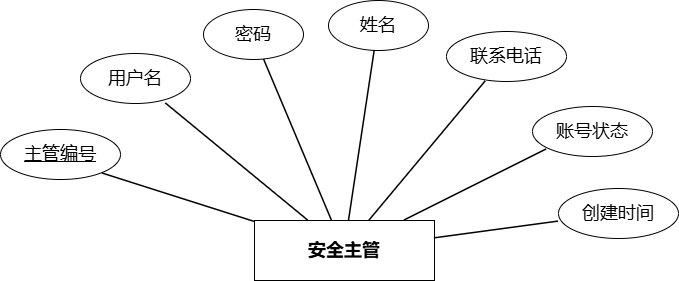
Above: docs/PaperImages/实体图/安全主管实体图.drawio.png in Dean-op/forest_fire (draw.io), before the change. Source tidied: cells renumbered, new cells last; positions are measured from the earlier drawing's top-left corner, leaving out a move shared by most shapes.
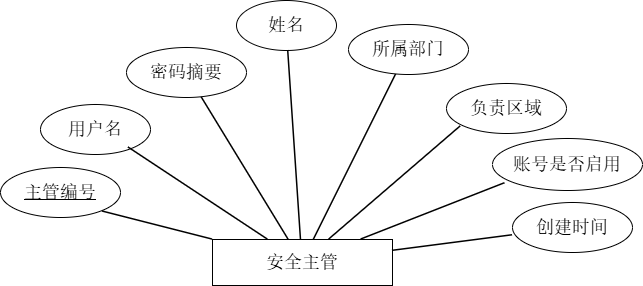
After the change.

The edit, as a diff of the source:
```diff
@@ -2,50 +2,56 @@
   <root>
     <mxCell id="0" />
     <mxCell id="1" parent="0" />
-    <mxCell id="2" value="安全主管" style="shape=rectangle;whiteSpace=wrap;html=1;strokeWidth=1;fontSize=18;fontStyle=1;labelBackgroundColor=none;" parent="1" vertex="1">
-      <mxGeometry x="254" y="220" width="180" height="60" as="geometry" />
+    <mxCell id="2" value="安全主管" style="shape=rectangle;whiteSpace=wrap;html=1;strokeWidth=1;fontSize=18;fontStyle=0;labelBackgroundColor=none;fontFamily=宋体;" parent="1" vertex="1">
+      <mxGeometry x="254" y="220" width="180" height="46" as="geometry" />
     </mxCell>
-    <mxCell id="3" value="&lt;u&gt;主管编号&lt;/u&gt;" style="shape=ellipse;whiteSpace=wrap;html=1;strokeWidth=1;fontSize=18;labelBackgroundColor=none;" parent="1" vertex="1">
-      <mxGeometry y="129" width="120" height="50" as="geometry" />
+    <mxCell id="3" value="&lt;u&gt;主管编号&lt;/u&gt;" style="shape=ellipse;whiteSpace=wrap;html=1;strokeWidth=1;fontSize=18;labelBackgroundColor=none;fontStyle=0;fontFamily=宋体;" parent="1" vertex="1">
+      <mxGeometry x="42" y="148" width="120" height="50" as="geometry" />
     </mxCell>
-    <mxCell id="4" value="用户名" style="shape=ellipse;whiteSpace=wrap;html=1;strokeWidth=1;fontSize=18;labelBackgroundColor=none;" parent="1" vertex="1">
-      <mxGeometry x="80" y="53" width="110" height="50" as="geometry" />
+    <mxCell id="4" value="用户名" style="shape=ellipse;whiteSpace=wrap;html=1;strokeWidth=1;fontSize=18;labelBackgroundColor=none;fontStyle=0;fontFamily=宋体;" parent="1" vertex="1">
+      <mxGeometry x="82" y="85" width="110" height="50" as="geometry" />
     </mxCell>
-    <mxCell id="5" value="密码" style="shape=ellipse;whiteSpace=wrap;html=1;strokeWidth=1;fontSize=18;labelBackgroundColor=none;" parent="1" vertex="1">
-      <mxGeometry x="203" y="9" width="100" height="50" as="geometry" />
+    <mxCell id="5" value="密码摘要" style="shape=ellipse;whiteSpace=wrap;html=1;strokeWidth=1;fontSize=18;labelBackgroundColor=none;fontStyle=0;fontFamily=宋体;" parent="1" vertex="1">
+      <mxGeometry x="168" y="28" width="120" height="50" as="geometry" />
     </mxCell>
-    <mxCell id="6" value="姓名" style="shape=ellipse;whiteSpace=wrap;html=1;strokeWidth=1;fontSize=18;labelBackgroundColor=none;" parent="1" vertex="1">
-      <mxGeometry x="328" width="100" height="50" as="geometry" />
+    <mxCell id="6" value="姓名" style="shape=ellipse;whiteSpace=wrap;html=1;strokeWidth=1;fontSize=18;labelBackgroundColor=none;fontStyle=0;fontFamily=宋体;" parent="1" vertex="1">
+      <mxGeometry x="278" y="-19" width="100" height="50" as="geometry" />
     </mxCell>
-    <mxCell id="7" value="联系电话" style="shape=ellipse;whiteSpace=wrap;html=1;strokeWidth=1;fontSize=18;labelBackgroundColor=none;" parent="1" vertex="1">
-      <mxGeometry x="446" y="31" width="120" height="50" as="geometry" />
+    <mxCell id="7" value="所属部门" style="shape=ellipse;whiteSpace=wrap;html=1;strokeWidth=1;fontSize=18;labelBackgroundColor=none;fontStyle=0;fontFamily=宋体;" parent="1" vertex="1">
+      <mxGeometry x="390" y="5" width="120" height="50" as="geometry" />
     </mxCell>
-    <mxCell id="8" value="账号状态" style="shape=ellipse;whiteSpace=wrap;html=1;strokeWidth=1;fontSize=18;labelBackgroundColor=none;" parent="1" vertex="1">
-      <mxGeometry x="532" y="106" width="120" height="50" as="geometry" />
+    <mxCell id="8" value="负责区域" style="shape=ellipse;whiteSpace=wrap;html=1;strokeWidth=1;fontSize=18;labelBackgroundColor=none;fontStyle=0;fontFamily=宋体;" parent="1" vertex="1">
+      <mxGeometry x="488" y="64" width="120" height="50" as="geometry" />
     </mxCell>
-    <mxCell id="9" value="创建时间" style="shape=ellipse;whiteSpace=wrap;html=1;strokeWidth=1;fontSize=18;labelBackgroundColor=none;" parent="1" vertex="1">
-      <mxGeometry x="558" y="188" width="120" height="50" as="geometry" />
+    <mxCell id="9" value="账号是否启用" style="shape=ellipse;whiteSpace=wrap;html=1;strokeWidth=1;fontSize=18;labelBackgroundColor=none;fontStyle=0;fontFamily=宋体;" parent="1" vertex="1">
+      <mxGeometry x="534" y="119" width="150" height="52" as="geometry" />
     </mxCell>
+    <mxCell id="17" value="创建时间" style="shape=ellipse;whiteSpace=wrap;html=1;strokeWidth=1;fontSize=18;labelBackgroundColor=none;fontStyle=0;fontFamily=宋体;" parent="1" vertex="1">
+      <mxGeometry x="554" y="183" width="120" height="50" as="geometry" />
+    </mxCell>
-    <mxCell id="10" style="endArrow=none;rounded=0;strokeWidth=1.5;labelBackgroundColor=none;fontColor=default;entryX=0.85;entryY=0.88;entryDx=0;entryDy=0;entryPerimeter=0;fontSize=18;" parent="1" edge="1" source="2" target="3">
+    <mxCell id="10" style="endArrow=none;rounded=0;strokeWidth=1.5;labelBackgroundColor=none;fontColor=default;entryX=0.85;entryY=0.88;entryDx=0;entryDy=0;entryPerimeter=0;fontSize=18;fontStyle=0;fontFamily=宋体;" parent="1" edge="1" source="2" target="3">
       <mxGeometry relative="1" as="geometry" />
     </mxCell>
-    <mxCell id="11" style="endArrow=none;rounded=0;strokeWidth=1.5;labelBackgroundColor=none;fontColor=default;fontSize=18;" parent="1" edge="1" source="2" target="4">
+    <mxCell id="11" style="endArrow=none;rounded=0;strokeWidth=1.5;labelBackgroundColor=none;fontColor=default;fontSize=18;fontStyle=0;fontFamily=宋体;entryX=0.8;entryY=0.86;entryDx=0;entryDy=0;entryPerimeter=0;" parent="1" edge="1" source="2" target="4">
       <mxGeometry relative="1" as="geometry" />
     </mxCell>
-    <mxCell id="12" style="endArrow=none;rounded=0;strokeWidth=1.5;labelBackgroundColor=none;fontColor=default;fontSize=18;" parent="1" edge="1" source="2" target="5">
+    <mxCell id="12" style="endArrow=none;rounded=0;strokeWidth=1.5;labelBackgroundColor=none;fontColor=default;fontSize=18;fontStyle=0;fontFamily=宋体;" parent="1" edge="1" source="2" target="5">
       <mxGeometry relative="1" as="geometry" />
     </mxCell>
-    <mxCell id="13" style="endArrow=none;rounded=0;strokeWidth=1.5;labelBackgroundColor=none;fontColor=default;fontSize=18;" parent="1" edge="1" source="2" target="6">
+    <mxCell id="13" style="endArrow=none;rounded=0;strokeWidth=1.5;labelBackgroundColor=none;fontColor=default;fontSize=18;fontStyle=0;fontFamily=宋体;" parent="1" edge="1" source="2" target="6">
       <mxGeometry relative="1" as="geometry" />
     </mxCell>
-    <mxCell id="14" style="endArrow=none;rounded=0;strokeWidth=1.5;labelBackgroundColor=none;fontColor=default;fontSize=18;" parent="1" edge="1" source="2" target="7">
+    <mxCell id="14" style="endArrow=none;rounded=0;strokeWidth=1.5;labelBackgroundColor=none;fontColor=default;fontSize=18;fontStyle=0;fontFamily=宋体;" parent="1" edge="1" source="2" target="7">
       <mxGeometry relative="1" as="geometry" />
     </mxCell>
-    <mxCell id="15" style="endArrow=none;rounded=0;strokeWidth=1.5;labelBackgroundColor=none;fontColor=default;fontSize=18;entryX=0.117;entryY=0.86;entryDx=0;entryDy=0;entryPerimeter=0;" parent="1" edge="1" source="2" target="8">
+    <mxCell id="15" style="endArrow=none;rounded=0;strokeWidth=1.5;labelBackgroundColor=none;fontColor=default;fontSize=18;entryX=0.117;entryY=0.86;entryDx=0;entryDy=0;entryPerimeter=0;fontStyle=0;fontFamily=宋体;" parent="1" edge="1" source="2" target="8">
       <mxGeometry relative="1" as="geometry" />
     </mxCell>
-    <mxCell id="16" style="endArrow=none;rounded=0;strokeWidth=1.5;labelBackgroundColor=none;fontColor=default;fontSize=18;" parent="1" edge="1" source="2" target="9">
+    <mxCell id="16" style="endArrow=none;rounded=0;strokeWidth=1.5;labelBackgroundColor=none;fontColor=default;fontSize=18;fontStyle=0;fontFamily=宋体;entryX=0.083;entryY=0.86;entryDx=0;entryDy=0;entryPerimeter=0;" parent="1" edge="1" source="2" target="9">
       <mxGeometry relative="1" as="geometry" />
     </mxCell>
+    <mxCell id="18" style="endArrow=none;rounded=0;strokeWidth=1.5;labelBackgroundColor=none;fontColor=default;fontSize=18;fontStyle=0;fontFamily=宋体;" parent="1" edge="1" source="2" target="17">
+      <mxGeometry relative="1" as="geometry" />
+    </mxCell>
   </root>
 </mxGraphModel>
```
